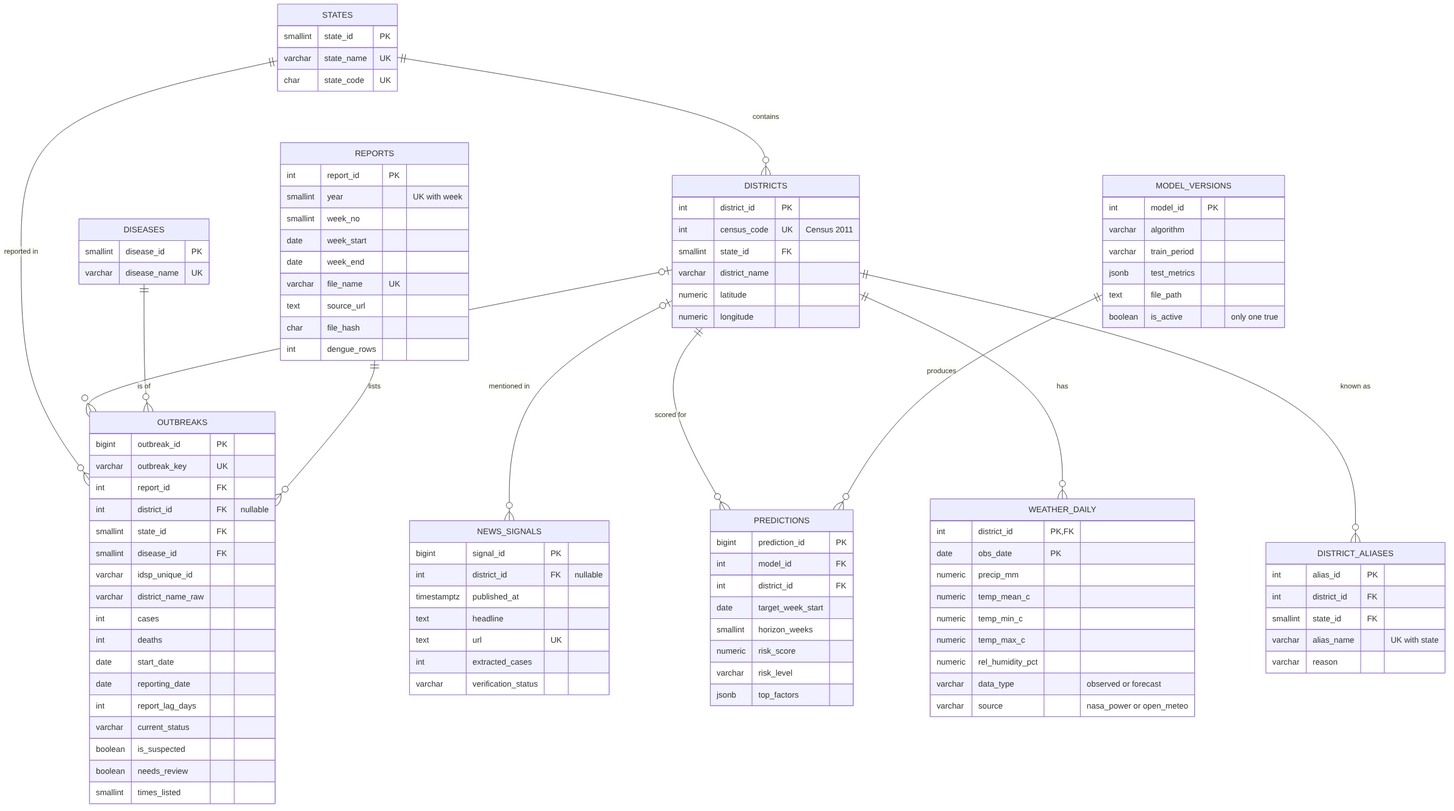
Above: docs/diagrams/er_diagram.png in Dwijen03/denguewatch-india (Mermaid), before the change. Its source is kept beside it as docs/diagrams/er_diagram.mmd.
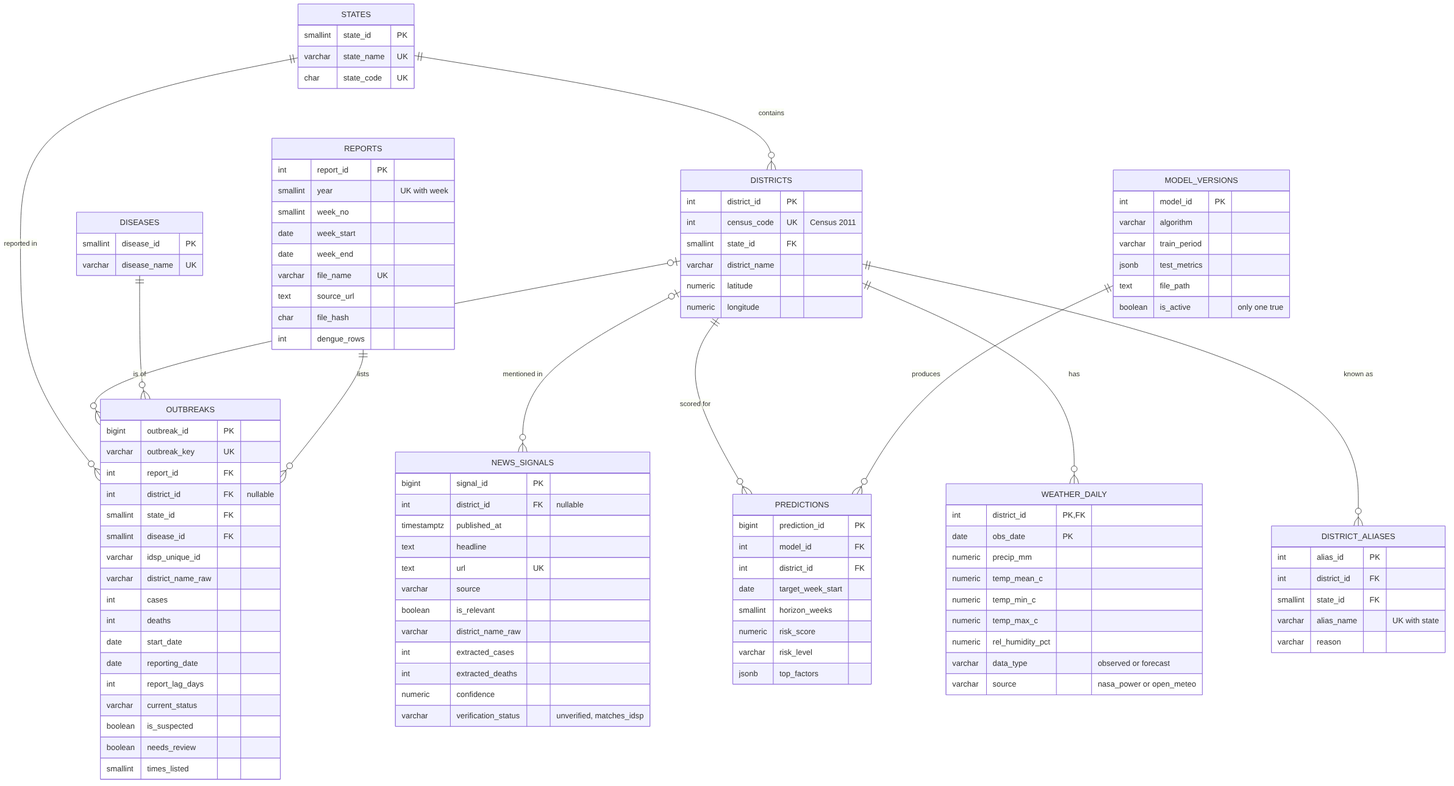
Later version of the same file.

Change to the diagram source:
```diff
@@ -99,6 +99,11 @@
     timestamptz published_at
     text headline
     text url UK
+    varchar source
+    boolean is_relevant
+    varchar district_name_raw
     int extracted_cases
-    varchar verification_status
+    int extracted_deaths
+    numeric confidence
+    varchar verification_status "unverified, matches_idsp"
   }
```
